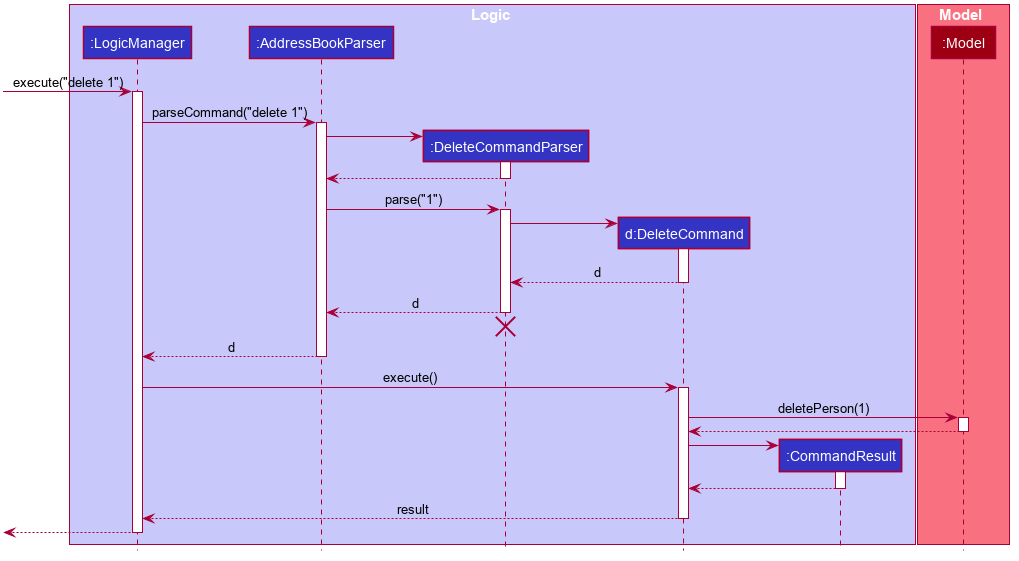
This is docs/images/DeleteSequenceDiagram.png from nus-cs2103-AY1920S1/addressbook-level3, a PlantUML export, as it was before one commit.
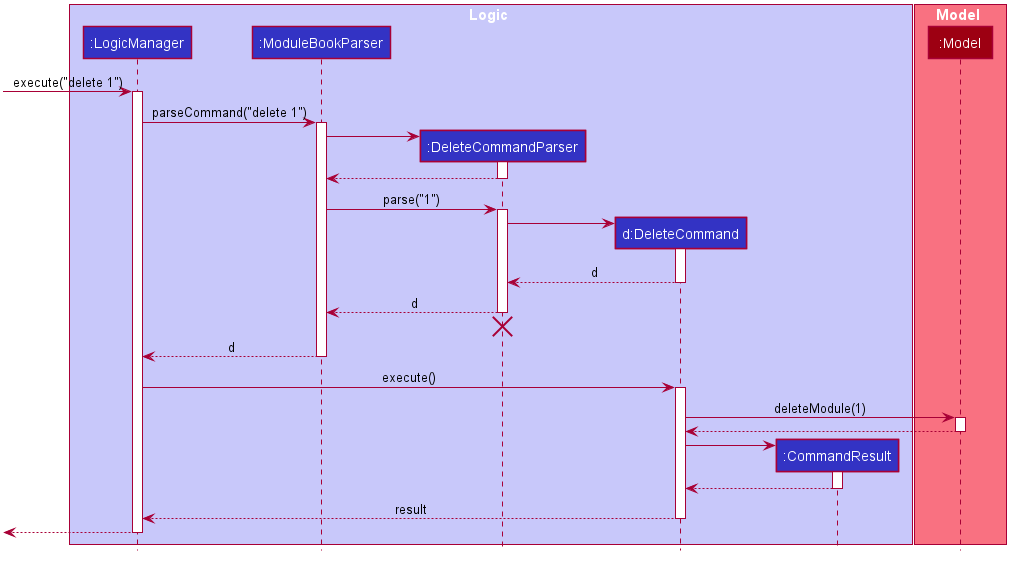
The same file after the commit.

What changed in the source:
```diff
@@ -50,7 +50,7 @@
 
 box Logic #C8C8FA
 participant ":LogicManager" as LogicManager #3333C4
-participant ":AddressBookParser" as AddressBookParser #3333C4
+participant ":ModuleBookParser" as ModuleBookParser #3333C4
 participant ":DeleteCommandParser" as DeleteCommandParser #3333C4
 participant "d:DeleteCommand" as DeleteCommand #3333C4
 participant ":CommandResult" as CommandResult #3333C4
@@ -63,17 +63,17 @@
 [-> LogicManager : execute("delete 1")
 activate LogicManager
 
-LogicManager -> AddressBookParser : parseCommand("delete 1")
-activate AddressBookParser
+LogicManager -> ModuleBookParser : parseCommand("delete 1")
+activate ModuleBookParser
 
 create DeleteCommandParser
-AddressBookParser -> DeleteCommandParser
+ModuleBookParser -> DeleteCommandParser
 activate DeleteCommandParser
 
-DeleteCommandParser --> AddressBookParser
+DeleteCommandParser --> ModuleBookParser
 deactivate DeleteCommandParser
 
-AddressBookParser -> DeleteCommandParser : parse("1")
+ModuleBookParser -> DeleteCommandParser : parse("1")
 activate DeleteCommandParser
 
 create DeleteCommand
@@ -83,18 +83,18 @@
 DeleteCommand --> DeleteCommandParser : d
 deactivate DeleteCommand
 
-DeleteCommandParser --> AddressBookParser : d
+DeleteCommandParser --> ModuleBookParser : d
 deactivate DeleteCommandParser
-DeleteCommandParser -[hidden]-> AddressBookParser
+DeleteCommandParser -[hidden]-> ModuleBookParser
 destroy DeleteCommandParser
 
-AddressBookParser --> LogicManager : d
-deactivate AddressBookParser
+ModuleBookParser --> LogicManager : d
+deactivate ModuleBookParser
 
 LogicManager -> DeleteCommand : execute()
 activate DeleteCommand
 
-DeleteCommand -> Model : deletePerson(1)
+DeleteCommand -> Model : deleteModule(1)
 activate Model
 
 Model --> DeleteCommand
```
